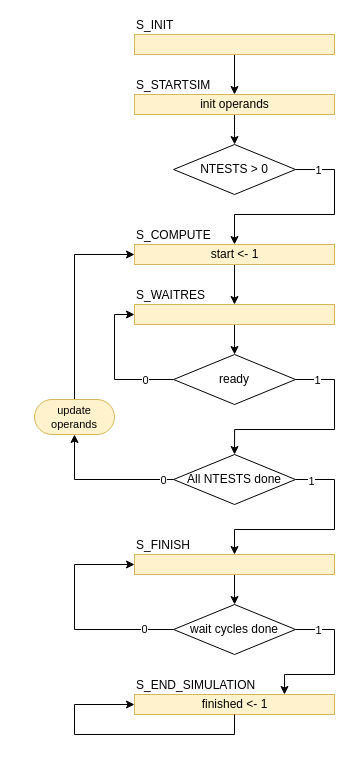
The draw.io diagram page "mcd_tester" (8 of 8) of ASMcharts/ASM.drawio in DavidTrevisan/calcolatori_elettronici_2025, before the edit. Source tidied: cells renumbered, new cells numbered last; positions are measured from the earlier drawing's top-left corner, leaving out a move shared by most shapes. Both pictures are drawn from the tidied source at 100%, with x=0, y=0 at pixel (34, 34).
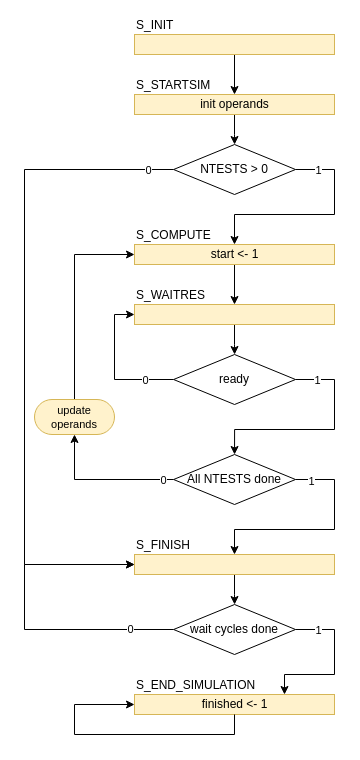
The same diagram, later.

Unchanged cells that the change refers to:
```xml
<mxCell id="6" value="NTESTS &amp;gt; 0" style="rhombus;whiteSpace=wrap;html=1;" parent="1" vertex="1">
  <mxGeometry x="139.1" y="110" width="121.9" height="50" as="geometry" />
</mxCell>
<mxCell id="26" value="S_FINISH" style="rounded=0;whiteSpace=wrap;html=1;verticalAlign=bottom;labelPosition=center;verticalLabelPosition=top;align=left;fillColor=#fff2cc;strokeColor=#d6b656;" parent="1" vertex="1">
  <mxGeometry x="100" y="520" width="200" height="20" as="geometry" />
</mxCell>
<mxCell id="33" value="wait cycles done" style="rhombus;whiteSpace=wrap;html=1;" parent="1" vertex="1">
  <mxGeometry x="139.1" y="570" width="121.9" height="50" as="geometry" />
</mxCell>
```

What changed in the source:
```diff
@@
+    <mxCell id="37" style="edgeStyle=orthogonalEdgeStyle;rounded=0;jettySize=auto;html=1;entryX=0;entryY=0.5;entryDx=0;entryDy=0;" parent="1" edge="1" source="6" target="26">
+      <mxGeometry relative="1" as="geometry">
+        <Array as="points">
+          <mxPoint x="-10" y="135" />
+          <mxPoint x="-10" y="530" />
+        </Array>
+      </mxGeometry>
+    </mxCell>
+    <mxCell id="38" value="0" style="edgeLabel;html=1;align=center;verticalAlign=middle;" parent="37" vertex="1">
+      <mxGeometry x="-0.92" y="-2" relative="1" as="geometry">
+        <mxPoint y="2" as="offset" />
+      </mxGeometry>
+    </mxCell>
@@
     <mxCell id="29" style="edgeStyle=orthogonalEdgeStyle;rounded=0;jettySize=auto;html=1;entryX=0;entryY=0.5;entryDx=0;entryDy=0;" parent="1" edge="1" source="33" target="26">
       <mxGeometry relative="1" as="geometry">
         <Array as="points">
-          <mxPoint x="40" y="595" />
-          <mxPoint x="40" y="530" />
+          <mxPoint x="-10" y="595" />
+          <mxPoint x="-10" y="530" />
         </Array>
       </mxGeometry>
     </mxCell>
```
